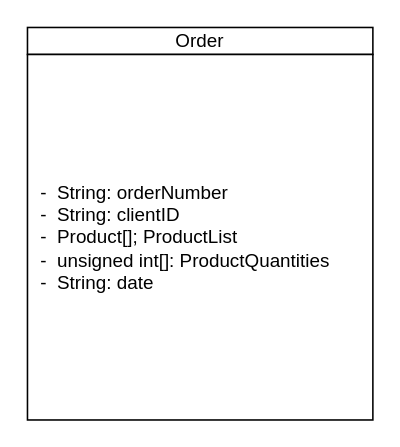
This is Project_1/Class_Diagrams/Order Class Diagram.drawio from chrismd2/CSci-430-Group-11, a draw.io file, before an edit. Source tidied: cells renumbered, new cells numbered last; positions are measured from the earlier drawing's top-left corner, leaving out a move shared by most shapes. Both pictures are drawn from the tidied source at 157%, with x=0, y=0 at pixel (27, 27).
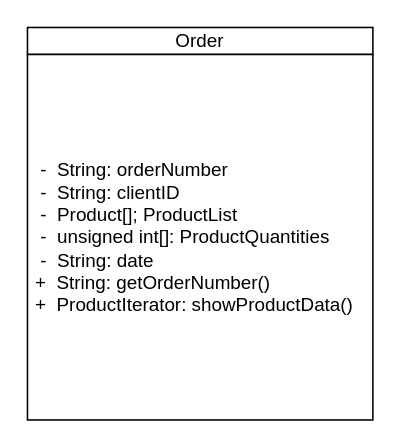
The same page after the edit.

The edit, as a diff of the source:
```diff
@@
 <mxGraphModel>
   <root>
     <mxCell id="0" />
     <mxCell id="1" parent="0" />
     <mxCell id="2" value="-" style="group;" parent="1" vertex="1">
       <mxGeometry width="220" height="250" as="geometry" />
     </mxCell>
     <mxCell id="3" value="Order" style="text;html=1;align=center;verticalAlign=middle;whiteSpace=wrap;rounded=0;strokeColor=#000000;fillColor=#ffffff;" parent="2" vertex="1">
       <mxGeometry width="220" height="17.2" as="geometry" />
     </mxCell>
-    <mxCell id="4" value="&amp;nbsp; -&amp;nbsp; String: orderNumber&lt;br&gt;&amp;nbsp; -&amp;nbsp; String: clientID&lt;br&gt;&amp;nbsp; -&amp;nbsp; Product[]; ProductList&lt;br&gt;&amp;nbsp; -&amp;nbsp; unsigned int[]: ProductQuantities&lt;br&gt;&amp;nbsp; -&amp;nbsp; String: date" style="text;html=1;align=left;verticalAlign=middle;whiteSpace=wrap;rounded=0;strokeColor=#000000;fillColor=#ffffff;" parent="2" vertex="1">
+    <mxCell id="4" value="&amp;nbsp; -&amp;nbsp; String: orderNumber&lt;br&gt;&amp;nbsp; -&amp;nbsp; String: clientID&lt;br&gt;&amp;nbsp; -&amp;nbsp; Product[]; ProductList&lt;br&gt;&amp;nbsp; -&amp;nbsp; unsigned int[]: ProductQuantities&lt;br&gt;&amp;nbsp; -&amp;nbsp; String: date&lt;br&gt;&amp;nbsp;+&amp;nbsp; String: getOrderNumber()&lt;br&gt;&amp;nbsp;+&amp;nbsp; ProductIterator: showProductData()" style="text;html=1;align=left;verticalAlign=middle;whiteSpace=wrap;rounded=0;strokeColor=#000000;fillColor=#ffffff;" parent="2" vertex="1">
       <mxGeometry y="17.2" width="220" height="232.8" as="geometry" />
     </mxCell>
   </root>
 </mxGraphModel>
```
